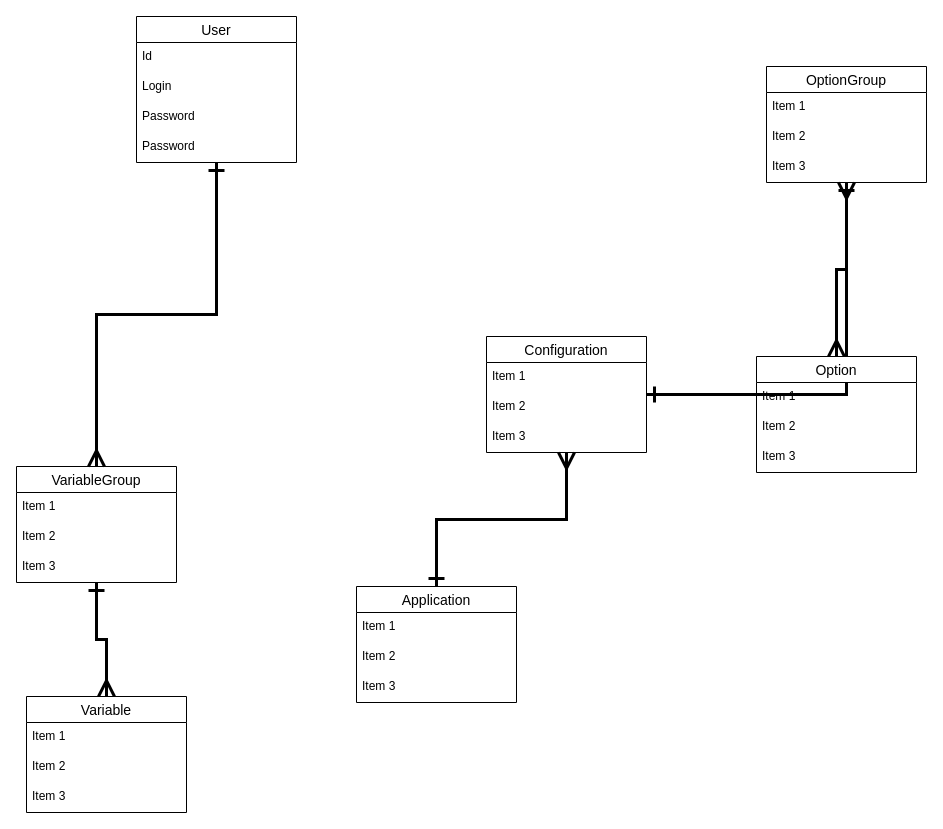
Earlier version of the draw.io diagram Untitled Diagram.drawio (apashkov-ext/configuration-management-system). Source tidied: cells renumbered, new cells numbered last; positions are measured from the earlier drawing's top-left corner, leaving out a move shared by most shapes. Both pictures are drawn from the tidied source at 100%, with x=0, y=0 at pixel (16, 16).
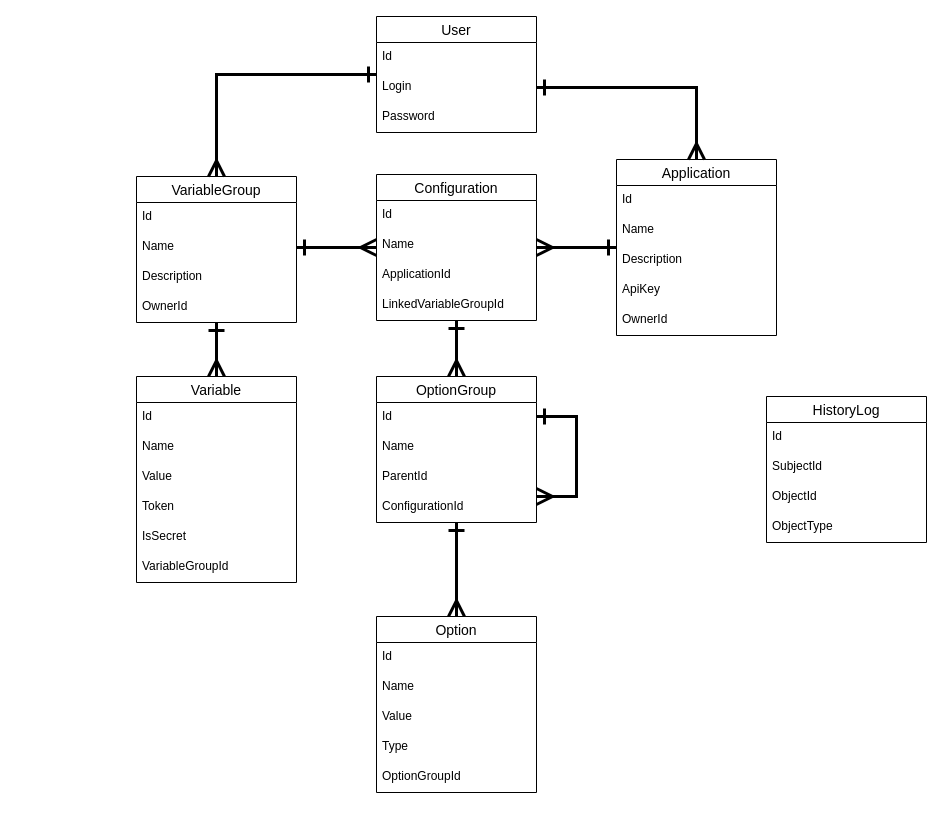
The same diagram, later.

Unchanged cells that the change refers to:
```xml
<mxCell id="33" value="Login" style="text;strokeColor=none;fillColor=none;spacingLeft=4;spacingRight=4;overflow=hidden;points=[[0,0.5],[1,0.5]];portConstraint=eastwest;fontSize=12;" parent="31" vertex="1">
  <mxGeometry y="56" width="160" height="30" as="geometry" />
</mxCell>
```

The edit, as a diff of the source:
```diff
@@
     <mxCell id="3" value="Application" style="swimlane;fontStyle=0;horizontal=1;startSize=26;align=center;fontSize=14;" parent="1" vertex="1">
-      <mxGeometry x="340" y="570" width="160" height="116" as="geometry" />
+      <mxGeometry x="600" y="143" width="160" height="176" as="geometry" />
     </mxCell>
-    <mxCell id="4" value="Item 1" style="text;strokeColor=none;fillColor=none;spacingLeft=4;spacingRight=4;overflow=hidden;fontSize=12;" parent="3" vertex="1">
+    <mxCell id="4" value="Id" style="text;strokeColor=none;fillColor=none;spacingLeft=4;spacingRight=4;overflow=hidden;fontSize=12;" parent="3" vertex="1">
       <mxGeometry y="26" width="160" height="30" as="geometry" />
     </mxCell>
-    <mxCell id="5" value="Item 2" style="text;strokeColor=none;fillColor=none;spacingLeft=4;spacingRight=4;overflow=hidden;fontSize=12;" parent="3" vertex="1">
+    <mxCell id="5" value="Name" style="text;strokeColor=none;fillColor=none;spacingLeft=4;spacingRight=4;overflow=hidden;fontSize=12;" parent="3" vertex="1">
       <mxGeometry y="56" width="160" height="30" as="geometry" />
     </mxCell>
-    <mxCell id="6" value="Item 3" style="text;strokeColor=none;fillColor=none;spacingLeft=4;spacingRight=4;overflow=hidden;fontSize=12;" parent="3" vertex="1">
+    <mxCell id="6" value="Description" style="text;strokeColor=none;fillColor=none;spacingLeft=4;spacingRight=4;overflow=hidden;fontSize=12;" parent="3" vertex="1">
       <mxGeometry y="86" width="160" height="30" as="geometry" />
     </mxCell>
+    <mxCell id="36" value="ApiKey" style="text;strokeColor=none;fillColor=none;spacingLeft=4;spacingRight=4;overflow=hidden;fontSize=12;" parent="3" vertex="1">
+      <mxGeometry y="116" width="160" height="30" as="geometry" />
+    </mxCell>
+    <mxCell id="37" value="OwnerId" style="text;strokeColor=none;fillColor=none;spacingLeft=4;spacingRight=4;overflow=hidden;fontSize=12;" parent="3" vertex="1">
+      <mxGeometry y="146" width="160" height="30" as="geometry" />
+    </mxCell>
@@
     <mxCell id="8" value="Configuration" style="swimlane;fontStyle=0;horizontal=1;startSize=26;align=center;fontSize=14;" parent="1" vertex="1">
-      <mxGeometry x="470" y="320" width="160" height="116" as="geometry" />
+      <mxGeometry x="360" y="158" width="160" height="146" as="geometry" />
     </mxCell>
-    <mxCell id="9" value="Item 1" style="text;strokeColor=none;fillColor=none;spacingLeft=4;spacingRight=4;overflow=hidden;fontSize=12;" parent="8" vertex="1">
+    <mxCell id="9" value="Id" style="text;strokeColor=none;fillColor=none;spacingLeft=4;spacingRight=4;overflow=hidden;fontSize=12;" parent="8" vertex="1">
       <mxGeometry y="26" width="160" height="30" as="geometry" />
     </mxCell>
-    <mxCell id="10" value="Item 2" style="text;strokeColor=none;fillColor=none;spacingLeft=4;spacingRight=4;overflow=hidden;fontSize=12;" parent="8" vertex="1">
+    <mxCell id="10" value="Name" style="text;strokeColor=none;fillColor=none;spacingLeft=4;spacingRight=4;overflow=hidden;fontSize=12;" parent="8" vertex="1">
       <mxGeometry y="56" width="160" height="30" as="geometry" />
     </mxCell>
-    <mxCell id="11" value="Item 3" style="text;strokeColor=none;fillColor=none;spacingLeft=4;spacingRight=4;overflow=hidden;fontSize=12;" parent="8" vertex="1">
-      <mxGeometry y="86" width="160" height="30" as="geometry" />
-    </mxCell>
+    <mxCell id="38" value="ApplicationId" style="text;strokeColor=none;fillColor=none;spacingLeft=4;spacingRight=4;overflow=hidden;fontSize=12;" parent="8" vertex="1">
+      <mxGeometry y="86" width="160" height="30" as="geometry" />
+    </mxCell>
+    <mxCell id="39" value="LinkedVariableGroupId" style="text;strokeColor=none;fillColor=none;spacingLeft=4;spacingRight=4;overflow=hidden;fontSize=12;" parent="8" vertex="1">
+      <mxGeometry y="116" width="160" height="30" as="geometry" />
+    </mxCell>
@@
     <mxCell id="13" value="OptionGroup" style="swimlane;fontStyle=0;horizontal=1;startSize=26;align=center;fontSize=14;" parent="1" vertex="1">
-      <mxGeometry x="750" y="50" width="160" height="116" as="geometry" />
+      <mxGeometry x="360" y="360" width="160" height="146" as="geometry" />
     </mxCell>
-    <mxCell id="14" value="Item 1" style="text;strokeColor=none;fillColor=none;spacingLeft=4;spacingRight=4;overflow=hidden;fontSize=12;" parent="13" vertex="1">
+    <mxCell id="14" value="Id" style="text;strokeColor=none;fillColor=none;spacingLeft=4;spacingRight=4;overflow=hidden;fontSize=12;" parent="13" vertex="1">
       <mxGeometry y="26" width="160" height="30" as="geometry" />
     </mxCell>
-    <mxCell id="15" value="Item 2" style="text;strokeColor=none;fillColor=none;spacingLeft=4;spacingRight=4;overflow=hidden;fontSize=12;" parent="13" vertex="1">
+    <mxCell id="15" value="Name" style="text;strokeColor=none;fillColor=none;spacingLeft=4;spacingRight=4;overflow=hidden;fontSize=12;" parent="13" vertex="1">
       <mxGeometry y="56" width="160" height="30" as="geometry" />
     </mxCell>
-    <mxCell id="16" value="Item 3" style="text;strokeColor=none;fillColor=none;spacingLeft=4;spacingRight=4;overflow=hidden;fontSize=12;" parent="13" vertex="1">
+    <mxCell id="16" value="ParentId" style="text;strokeColor=none;fillColor=none;spacingLeft=4;spacingRight=4;overflow=hidden;fontSize=12;" parent="13" vertex="1">
       <mxGeometry y="86" width="160" height="30" as="geometry" />
     </mxCell>
+    <mxCell id="40" value="ConfigurationId" style="text;strokeColor=none;fillColor=none;spacingLeft=4;spacingRight=4;overflow=hidden;points=[[0,0.5],[1,0.5]];portConstraint=eastwest;fontSize=12;" parent="13" vertex="1">
+      <mxGeometry y="116" width="160" height="30" as="geometry" />
+    </mxCell>
+    <mxCell id="41" style="edgeStyle=orthogonalEdgeStyle;rounded=0;jettySize=auto;html=1;startArrow=ERone;startFill=0;endArrow=ERmany;endFill=0;startSize=12;endSize=12;strokeWidth=3;" parent="13" edge="1" source="13" target="40">
+      <mxGeometry relative="1" as="geometry">
+        <Array as="points">
+          <mxPoint x="200" y="40" />
+          <mxPoint x="200" y="120" />
+        </Array>
+      </mxGeometry>
+    </mxCell>
     <mxCell id="17" value="Option" style="swimlane;fontStyle=0;horizontal=1;startSize=26;align=center;fontSize=14;" parent="1" vertex="1">
-      <mxGeometry x="740" y="340" width="160" height="116" as="geometry" />
+      <mxGeometry x="360" y="600" width="160" height="176" as="geometry" />
     </mxCell>
-    <mxCell id="18" value="Item 1" style="text;strokeColor=none;fillColor=none;spacingLeft=4;spacingRight=4;overflow=hidden;fontSize=12;" parent="17" vertex="1">
+    <mxCell id="18" value="Id" style="text;strokeColor=none;fillColor=none;spacingLeft=4;spacingRight=4;overflow=hidden;fontSize=12;" parent="17" vertex="1">
       <mxGeometry y="26" width="160" height="30" as="geometry" />
     </mxCell>
-    <mxCell id="19" value="Item 2" style="text;strokeColor=none;fillColor=none;spacingLeft=4;spacingRight=4;overflow=hidden;fontSize=12;" parent="17" vertex="1">
+    <mxCell id="19" value="Name" style="text;strokeColor=none;fillColor=none;spacingLeft=4;spacingRight=4;overflow=hidden;fontSize=12;" parent="17" vertex="1">
       <mxGeometry y="56" width="160" height="30" as="geometry" />
     </mxCell>
-    <mxCell id="20" value="Item 3" style="text;strokeColor=none;fillColor=none;spacingLeft=4;spacingRight=4;overflow=hidden;fontSize=12;" parent="17" vertex="1">
+    <mxCell id="20" value="Value" style="text;strokeColor=none;fillColor=none;spacingLeft=4;spacingRight=4;overflow=hidden;fontSize=12;" parent="17" vertex="1">
       <mxGeometry y="86" width="160" height="30" as="geometry" />
     </mxCell>
+    <mxCell id="42" value="Type" style="text;strokeColor=none;fillColor=none;spacingLeft=4;spacingRight=4;overflow=hidden;fontSize=12;" parent="17" vertex="1">
+      <mxGeometry y="116" width="160" height="30" as="geometry" />
+    </mxCell>
+    <mxCell id="43" value="OptionGroupId" style="text;strokeColor=none;fillColor=none;spacingLeft=4;spacingRight=4;overflow=hidden;fontSize=12;" parent="17" vertex="1">
+      <mxGeometry y="146" width="160" height="30" as="geometry" />
+    </mxCell>
@@
     <mxCell id="22" value="VariableGroup" style="swimlane;fontStyle=0;horizontal=1;startSize=26;align=center;fontSize=14;" parent="1" vertex="1">
-      <mxGeometry y="450" width="160" height="116" as="geometry" />
+      <mxGeometry x="120" y="160" width="160" height="146" as="geometry" />
     </mxCell>
-    <mxCell id="23" value="Item 1" style="text;strokeColor=none;fillColor=none;spacingLeft=4;spacingRight=4;overflow=hidden;fontSize=12;" parent="22" vertex="1">
+    <mxCell id="23" value="Id" style="text;strokeColor=none;fillColor=none;spacingLeft=4;spacingRight=4;overflow=hidden;fontSize=12;" parent="22" vertex="1">
       <mxGeometry y="26" width="160" height="30" as="geometry" />
     </mxCell>
-    <mxCell id="24" value="Item 2" style="text;strokeColor=none;fillColor=none;spacingLeft=4;spacingRight=4;overflow=hidden;points=[[0,0.5],[1,0.5]];portConstraint=eastwest;fontSize=12;" parent="22" vertex="1">
+    <mxCell id="24" value="Name" style="text;strokeColor=none;fillColor=none;spacingLeft=4;spacingRight=4;overflow=hidden;points=[[0,0.5],[1,0.5]];portConstraint=eastwest;fontSize=12;" parent="22" vertex="1">
       <mxGeometry y="56" width="160" height="30" as="geometry" />
     </mxCell>
-    <mxCell id="25" value="Item 3" style="text;strokeColor=none;fillColor=none;spacingLeft=4;spacingRight=4;overflow=hidden;fontSize=12;" parent="22" vertex="1">
+    <mxCell id="25" value="Description" style="text;strokeColor=none;fillColor=none;spacingLeft=4;spacingRight=4;overflow=hidden;fontSize=12;" parent="22" vertex="1">
       <mxGeometry y="86" width="160" height="30" as="geometry" />
     </mxCell>
+    <mxCell id="44" value="OwnerId" style="text;strokeColor=none;fillColor=none;spacingLeft=4;spacingRight=4;overflow=hidden;fontSize=12;" parent="22" vertex="1">
+      <mxGeometry y="116" width="160" height="30" as="geometry" />
+    </mxCell>
     <mxCell id="26" value="Variable" style="swimlane;fontStyle=0;horizontal=1;startSize=26;align=center;fontSize=14;" parent="1" vertex="1">
-      <mxGeometry x="10" y="680" width="160" height="116" as="geometry" />
+      <mxGeometry x="120" y="360" width="160" height="206" as="geometry" />
     </mxCell>
-    <mxCell id="27" value="Item 1" style="text;strokeColor=none;fillColor=none;spacingLeft=4;spacingRight=4;overflow=hidden;fontSize=12;" parent="26" vertex="1">
+    <mxCell id="27" value="Id" style="text;strokeColor=none;fillColor=none;spacingLeft=4;spacingRight=4;overflow=hidden;fontSize=12;" parent="26" vertex="1">
       <mxGeometry y="26" width="160" height="30" as="geometry" />
     </mxCell>
-    <mxCell id="28" value="Item 2" style="text;strokeColor=none;fillColor=none;spacingLeft=4;spacingRight=4;overflow=hidden;fontSize=12;" parent="26" vertex="1">
+    <mxCell id="28" value="Name" style="text;strokeColor=none;fillColor=none;spacingLeft=4;spacingRight=4;overflow=hidden;fontSize=12;" parent="26" vertex="1">
       <mxGeometry y="56" width="160" height="30" as="geometry" />
     </mxCell>
-    <mxCell id="29" value="Item 3" style="text;strokeColor=none;fillColor=none;spacingLeft=4;spacingRight=4;overflow=hidden;fontSize=12;" parent="26" vertex="1">
+    <mxCell id="29" value="Value" style="text;strokeColor=none;fillColor=none;spacingLeft=4;spacingRight=4;overflow=hidden;fontSize=12;" parent="26" vertex="1">
       <mxGeometry y="86" width="160" height="30" as="geometry" />
     </mxCell>
+    <mxCell id="45" value="Token" style="text;strokeColor=none;fillColor=none;spacingLeft=4;spacingRight=4;overflow=hidden;fontSize=12;" parent="26" vertex="1">
+      <mxGeometry y="116" width="160" height="30" as="geometry" />
+    </mxCell>
+    <mxCell id="46" value="IsSecret" style="text;strokeColor=none;fillColor=none;spacingLeft=4;spacingRight=4;overflow=hidden;fontSize=12;" parent="26" vertex="1">
+      <mxGeometry y="146" width="160" height="30" as="geometry" />
+    </mxCell>
+    <mxCell id="47" value="VariableGroupId" style="text;strokeColor=none;fillColor=none;spacingLeft=4;spacingRight=4;overflow=hidden;fontSize=12;" parent="26" vertex="1">
+      <mxGeometry y="176" width="160" height="30" as="geometry" />
+    </mxCell>
@@
     <mxCell id="31" value="User" style="swimlane;fontStyle=0;horizontal=1;startSize=26;align=center;fontSize=14;" parent="1" vertex="1">
-      <mxGeometry x="120" width="160" height="146" as="geometry" />
+      <mxGeometry x="360" width="160" height="116" as="geometry" />
     </mxCell>
@@
-    <mxCell id="35" value="Password" style="text;strokeColor=none;fillColor=none;spacingLeft=4;spacingRight=4;overflow=hidden;fontSize=12;" parent="31" vertex="1">
-      <mxGeometry y="116" width="160" height="30" as="geometry" />
-    </mxCell>
+    <mxCell id="48" style="edgeStyle=orthogonalEdgeStyle;rounded=0;jettySize=auto;html=1;startArrow=ERone;startFill=0;endArrow=ERmany;endFill=0;startSize=12;endSize=12;strokeWidth=3;" parent="1" edge="1" source="33" target="3">
+      <mxGeometry relative="1" as="geometry" />
+    </mxCell>
+    <mxCell id="49" style="edgeStyle=orthogonalEdgeStyle;rounded=0;jettySize=auto;html=1;startArrow=ERone;startFill=0;endArrow=ERmany;endFill=0;startSize=12;endSize=12;strokeWidth=3;" parent="1" edge="1" source="24" target="8">
+      <mxGeometry relative="1" as="geometry" />
+    </mxCell>
+    <mxCell id="50" value="HistoryLog" style="swimlane;fontStyle=0;horizontal=1;startSize=26;align=center;fontSize=14;" parent="1" vertex="1">
+      <mxGeometry x="750" y="380" width="160" height="146" as="geometry" />
+    </mxCell>
+    <mxCell id="51" value="Id" style="text;strokeColor=none;fillColor=none;spacingLeft=4;spacingRight=4;overflow=hidden;fontSize=12;" parent="50" vertex="1">
+      <mxGeometry y="26" width="160" height="30" as="geometry" />
+    </mxCell>
+    <mxCell id="52" value="SubjectId" style="text;strokeColor=none;fillColor=none;spacingLeft=4;spacingRight=4;overflow=hidden;fontSize=12;" parent="50" vertex="1">
+      <mxGeometry y="56" width="160" height="30" as="geometry" />
+    </mxCell>
+    <mxCell id="53" value="ObjectId" style="text;strokeColor=none;fillColor=none;spacingLeft=4;spacingRight=4;overflow=hidden;fontSize=12;" parent="50" vertex="1">
+      <mxGeometry y="86" width="160" height="30" as="geometry" />
+    </mxCell>
+    <mxCell id="54" value="ObjectType" style="text;strokeColor=none;fillColor=none;spacingLeft=4;spacingRight=4;overflow=hidden;fontSize=12;" parent="50" vertex="1">
+      <mxGeometry y="116" width="160" height="30" as="geometry" />
+    </mxCell>
```
